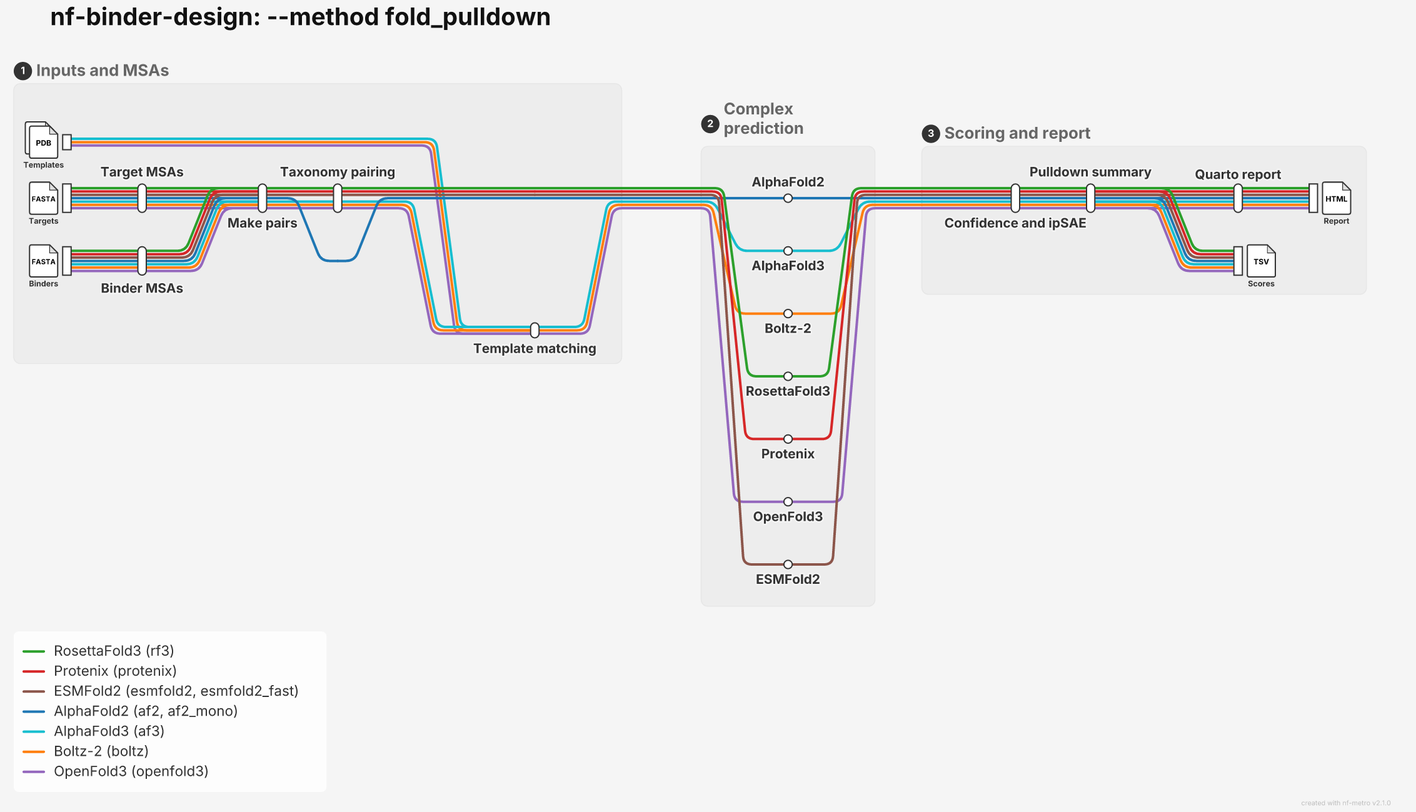
The Mermaid diagram docs/docs/images/fold_pulldown_metro_map.png in Australian-Protein-Design-Initiative/nf-binder-design, before a commit. Its source is kept beside it as assets/metro/fold_pulldown_metro_map.mmd.
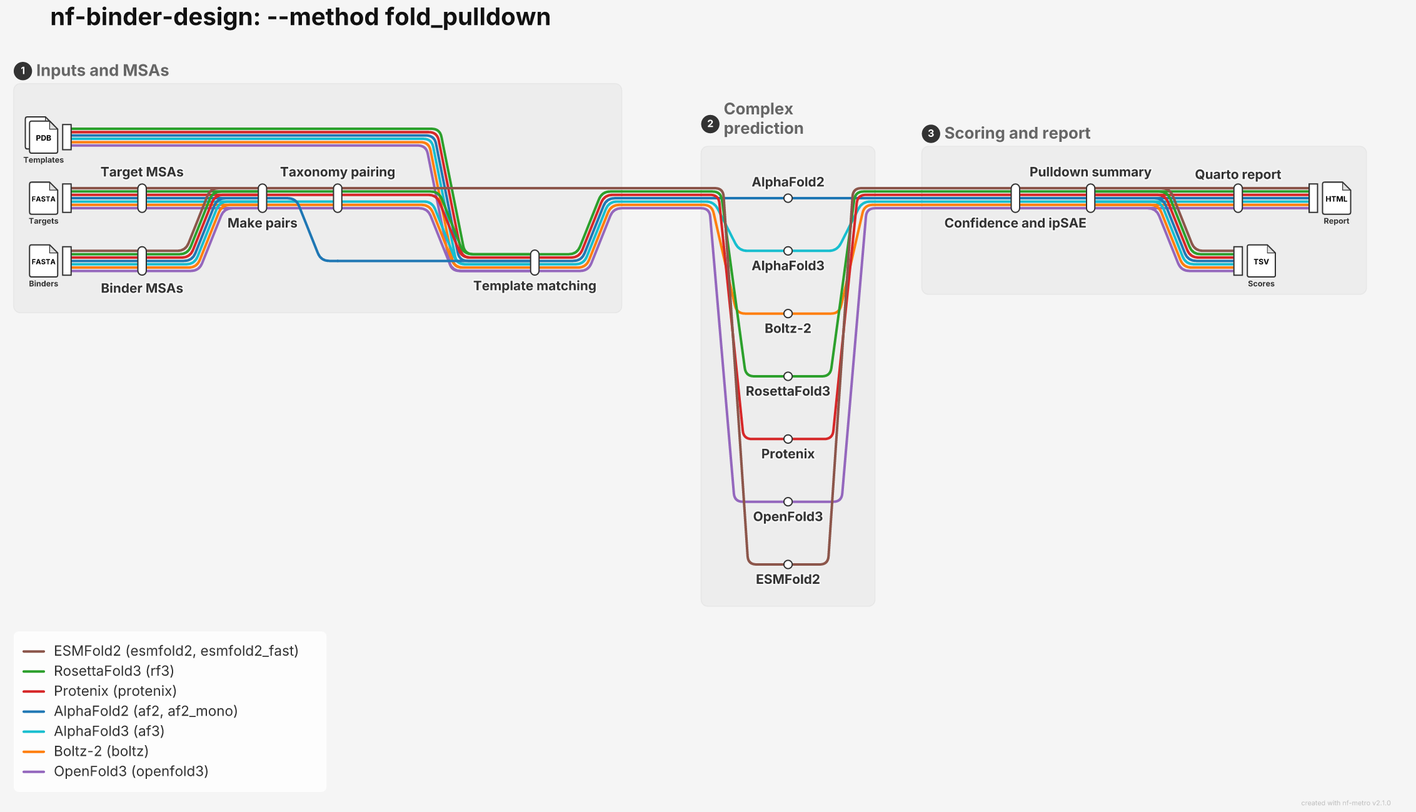
After the commit.

Commit message:
docs: metro maps show templates feeding every engine but ESMFold2

Diff of the diagram source:
```diff
@@ -14,8 +14,9 @@
         binders_in -->|rf3,protenix,esmfold2,af2,af3,boltz,openfold3| binder_msa
         binder_msa -->|rf3,protenix,esmfold2,af2,af3,boltz,openfold3| pairs
         pairs -->|af3,boltz,openfold3,rf3,protenix,esmfold2| pairing
-        pairing -->|af3,boltz,openfold3| match_templates
-        templates_in -->|af3,boltz,openfold3| match_templates
+        pairs -->|af2| match_templates
+        pairing -->|af3,boltz,rf3,protenix,openfold3| match_templates
+        templates_in -->|af2,af3,boltz,rf3,protenix,openfold3| match_templates
     end
 
     subgraph predict [Complex prediction]
@@ -40,11 +41,11 @@
         report -->|af3,boltz,openfold3,rf3,protenix,esmfold2,af2| report_out
     end
 
-    pairs -->|af2| af2_run
+    match_templates -->|af2| af2_run
     match_templates -->|af3| af3_run
     match_templates -->|boltz| boltz_run
-    pairing -->|rf3| rf3_run
-    pairing -->|protenix| protenix_run
+    match_templates -->|rf3| rf3_run
+    match_templates -->|protenix| protenix_run
     match_templates -->|openfold3| openfold3_run
     pairing -->|esmfold2| esmfold2_run
     af2_run -->|af2| confidence
```
